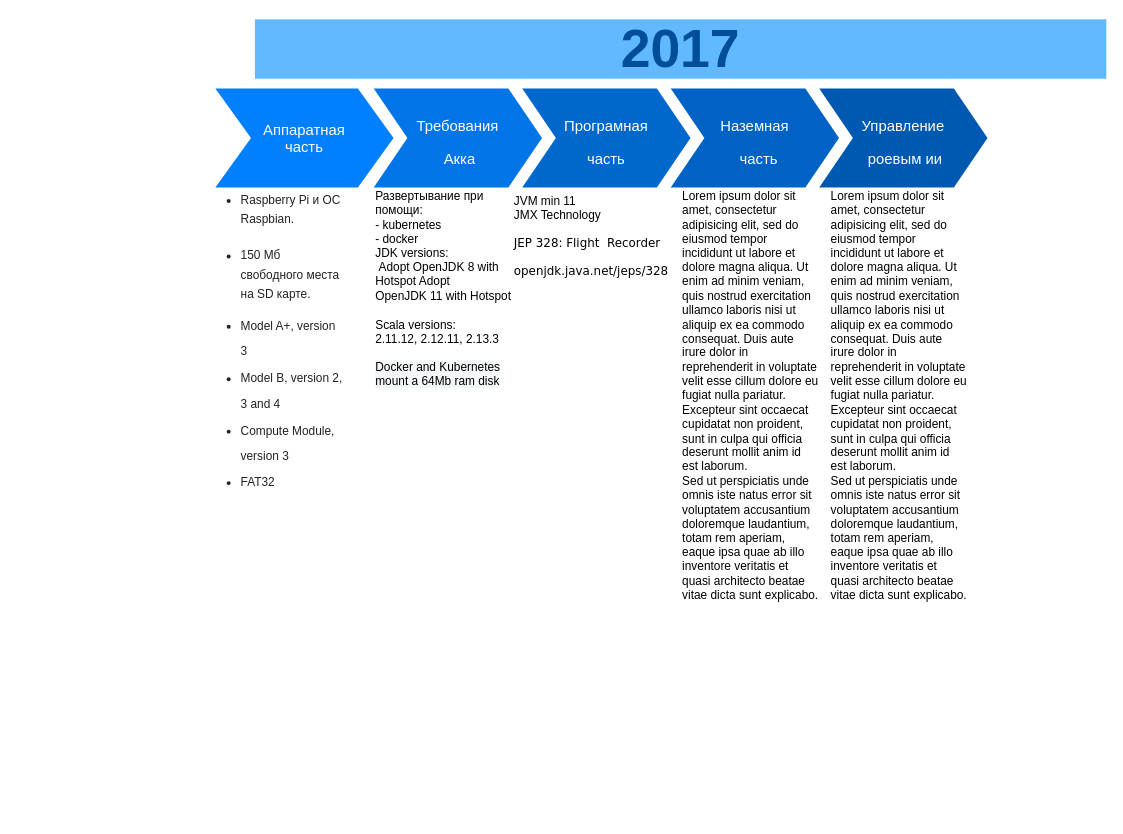
The draw.io diagram Untitled Diagram.drawio in friendlycoconut/ML_NURE_19, before the edit. Source tidied: cells renumbered, new cells numbered last; positions are measured from the earlier drawing's top-left corner, leaving out a move shared by most shapes. Both pictures are drawn from the tidied source at 99%, with x=0, y=0 at pixel (205, 19).
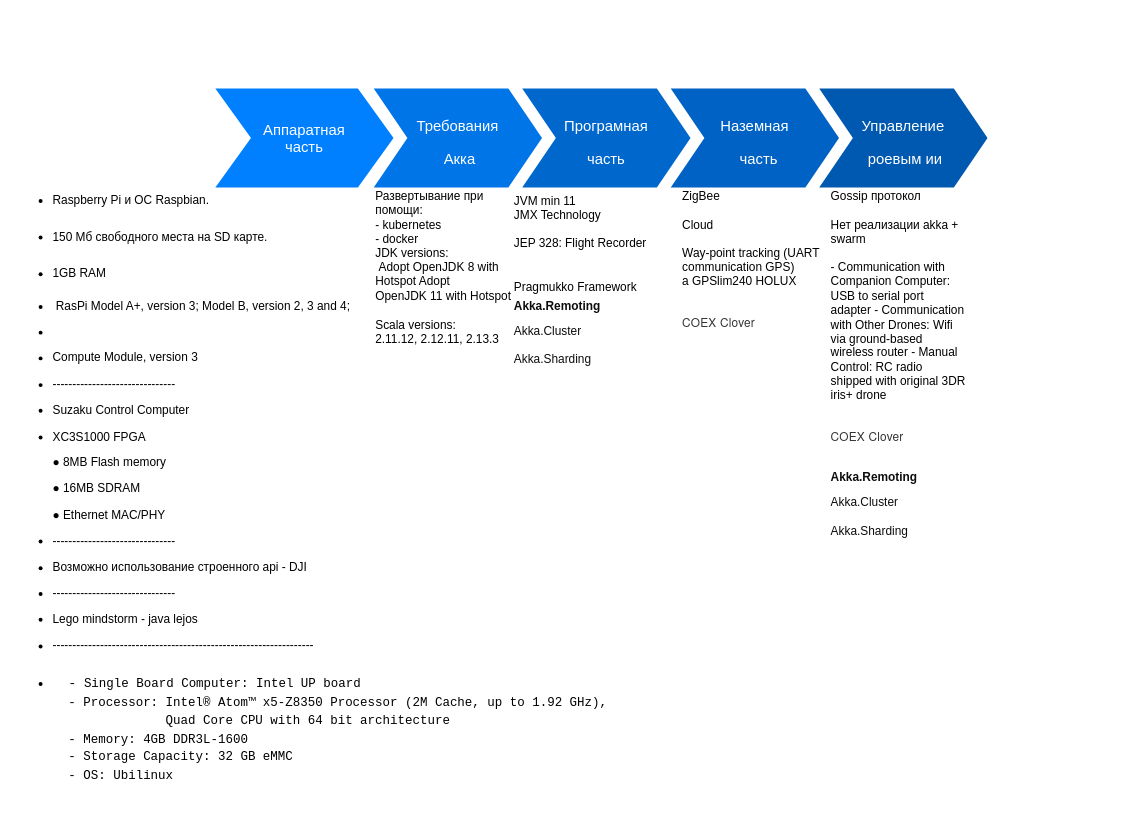
After the change.

The edit, as a diff of the source:
```diff
@@
 <mxGraphModel background="#ffffff">
   <root>
     <mxCell id="0" />
     <mxCell id="1" parent="0" />
     <mxCell id="2" value="Аппаратная&lt;br style=&quot;font-size: 15px;&quot;&gt;часть" style="shape=step;whiteSpace=wrap;html=1;fontSize=15;fillColor=#0080FF;fontColor=#FFFFFF;strokeColor=none;" parent="1" vertex="1">
       <mxGeometry x="10" y="70" width="180" height="100" as="geometry" />
     </mxCell>
     <mxCell id="3" value="&lt;font style=&quot;font-size: 15px&quot;&gt;Требования&lt;br&gt;&amp;nbsp;Акка&lt;/font&gt;" style="shape=step;whiteSpace=wrap;html=1;fontSize=28;fillColor=#0075E8;fontColor=#FFFFFF;strokeColor=none;" parent="1" vertex="1">
       <mxGeometry x="170" y="70" width="170" height="100" as="geometry" />
     </mxCell>
     <mxCell id="4" value="&lt;font style=&quot;font-size: 15px&quot;&gt;Програмная &lt;br&gt;часть&lt;/font&gt;" style="shape=step;whiteSpace=wrap;html=1;fontSize=28;fillColor=#0067CC;fontColor=#FFFFFF;strokeColor=none;" parent="1" vertex="1">
       <mxGeometry x="320" y="70" width="170" height="100" as="geometry" />
     </mxCell>
     <mxCell id="5" value="&lt;span style=&quot;font-size: 15px&quot;&gt;Наземная&lt;br&gt;&amp;nbsp; часть&lt;/span&gt;" style="shape=step;whiteSpace=wrap;html=1;fontSize=28;fillColor=#0062C4;fontColor=#FFFFFF;strokeColor=none;" parent="1" vertex="1">
       <mxGeometry x="470" y="70" width="170" height="100" as="geometry" />
     </mxCell>
     <mxCell id="6" value="&lt;font style=&quot;font-size: 15px&quot;&gt;Управление&lt;br&gt;&amp;nbsp;роевым ии&lt;/font&gt;" style="shape=step;whiteSpace=wrap;html=1;fontSize=28;fillColor=#0059B0;fontColor=#FFFFFF;strokeColor=none;" parent="1" vertex="1">
       <mxGeometry x="620" y="70" width="170" height="100" as="geometry" />
     </mxCell>
-    <mxCell id="7" value="2017" style="text;html=1;strokeColor=none;fillColor=#61BAFF;align=center;verticalAlign=middle;whiteSpace=wrap;fontSize=54;fontStyle=1;fontColor=#004D99;" parent="1" vertex="1">
-      <mxGeometry x="50" width="860" height="60" as="geometry" />
-    </mxCell>
-    <mxCell id="8" value="&lt;p&gt;&lt;/p&gt;&lt;ul style=&quot;margin: 0px 0px 0px 34px ; padding: 0px ; color: rgb(34 , 34 , 34) ; background-color: rgb(255 , 255 , 255)&quot;&gt;&lt;li style=&quot;padding: 0px 0px 9px ; line-height: 1.6&quot;&gt;&lt;font style=&quot;font-size: 12px&quot;&gt;Raspberry Pi и ОС Raspbian.&lt;/font&gt;&lt;/li&gt;&lt;/ul&gt;&lt;ul style=&quot;margin: 0px 0px 0px 34px ; padding: 0px ; color: rgb(34 , 34 , 34) ; background-color: rgb(255 , 255 , 255)&quot;&gt;&lt;li style=&quot;padding: 9px 0px ; line-height: 1.6&quot;&gt;&lt;font style=&quot;font-size: 12px&quot;&gt;150 Мб свободного места на SD карте.&lt;/font&gt;&lt;/li&gt;&lt;/ul&gt;&lt;ul style=&quot;margin: 0px 0px 0px 34px ; padding: 0px ; color: rgb(34 , 34 , 34) ; background-color: rgb(255 , 255 , 255)&quot;&gt;&lt;li style=&quot;line-height: 26.4px&quot;&gt;&lt;font style=&quot;font-size: 12px&quot;&gt;Model A+, version 3&lt;/font&gt;&lt;/li&gt;&lt;/ul&gt;&lt;ul style=&quot;margin: 0px 0px 0px 34px ; padding: 0px ; color: rgb(34 , 34 , 34) ; background-color: rgb(255 , 255 , 255)&quot;&gt;&lt;li style=&quot;line-height: 26.4px&quot;&gt;&lt;font style=&quot;font-size: 12px&quot;&gt;Model B, version 2, 3 and 4&lt;/font&gt;&lt;/li&gt;&lt;/ul&gt;&lt;ul style=&quot;margin: 0px 0px 0px 34px ; padding: 0px ; color: rgb(34 , 34 , 34) ; background-color: rgb(255 , 255 , 255)&quot;&gt;&lt;li style=&quot;line-height: 26.4px&quot;&gt;&lt;font style=&quot;font-size: 12px&quot;&gt;Compute Module, version 3&lt;/font&gt;&lt;/li&gt;&lt;li style=&quot;line-height: 26.4px&quot;&gt;&lt;font style=&quot;font-size: 12px&quot;&gt;FAT32&amp;nbsp;&lt;br&gt;&lt;/font&gt;&lt;/li&gt;&lt;/ul&gt;&lt;p&gt;&lt;/p&gt;" style="text;spacingTop=-5;fillColor=#ffffff;whiteSpace=wrap;html=1;align=left;fontSize=12;fontFamily=Helvetica;fillColor=none;strokeColor=none;" parent="1" vertex="1">
-      <mxGeometry y="160" width="140" height="470" as="geometry" />
+    <mxCell id="8" value="&lt;p&gt;&lt;/p&gt;&lt;ul style=&quot;margin: 0px 0px 0px 34px ; padding: 0px ; background-color: rgb(255 , 255 , 255)&quot;&gt;&lt;li style=&quot;padding: 0px 0px 9px ; line-height: 1.6&quot;&gt;&lt;font style=&quot;font-size: 12px&quot;&gt;Raspberry Pi и ОС Raspbian.&lt;/font&gt;&lt;/li&gt;&lt;/ul&gt;&lt;ul style=&quot;margin: 0px 0px 0px 34px ; padding: 0px ; background-color: rgb(255 , 255 , 255)&quot;&gt;&lt;li style=&quot;padding: 9px 0px ; line-height: 1.6&quot;&gt;&lt;font style=&quot;font-size: 12px&quot;&gt;150 Мб свободного места на SD карте.&lt;/font&gt;&lt;/li&gt;&lt;li style=&quot;padding: 9px 0px ; line-height: 1.6&quot;&gt;1GB RAM&lt;/li&gt;&lt;/ul&gt;&lt;ul style=&quot;margin: 0px 0px 0px 34px ; padding: 0px ; background-color: rgb(255 , 255 , 255)&quot;&gt;&lt;li style=&quot;line-height: 26.4px&quot;&gt;&lt;font style=&quot;font-size: 12px&quot;&gt;&amp;nbsp;RasPi Model A+, version 3;&amp;nbsp;&lt;/font&gt;Model B, version 2, 3 and 4;&amp;nbsp;&lt;/li&gt;&lt;li style=&quot;line-height: 26.4px&quot;&gt;&lt;br&gt;&lt;/li&gt;&lt;li style=&quot;line-height: 26.4px&quot;&gt;Compute Module, version 3&lt;/li&gt;&lt;li style=&quot;line-height: 26.4px&quot;&gt;-------------------------------&lt;/li&gt;&lt;li style=&quot;line-height: 26.4px&quot;&gt;Suzaku Control Computer&lt;br&gt;&lt;/li&gt;&lt;li style=&quot;line-height: 26.4px&quot;&gt;XC3S1000 FPGA&lt;br&gt;● 8MB Flash memory&lt;br&gt;● 16MB SDRAM&lt;br&gt;● Ethernet MAC/PHY&lt;br&gt;&lt;/li&gt;&lt;li style=&quot;line-height: 26.4px&quot;&gt;-------------------------------&lt;/li&gt;&lt;li style=&quot;line-height: 26.4px&quot;&gt;Возможно использование строенного api - DJI&lt;/li&gt;&lt;li style=&quot;line-height: 26.4px&quot;&gt;-------------------------------&lt;/li&gt;&lt;li style=&quot;line-height: 26.4px&quot;&gt;Lego mindstorm -&amp;nbsp;java lejos&lt;/li&gt;&lt;li style=&quot;line-height: 26.4px&quot;&gt;------------------------------------------------------------------&lt;/li&gt;&lt;li style=&quot;line-height: 26.4px&quot;&gt;&lt;pre style=&quot;box-sizing: border-box ; margin-top: 0px ; margin-bottom: 16px ; overflow-wrap: normal ; padding: 16px ; overflow: auto ; line-height: 1.45 ; border-radius: 6px&quot;&gt;&lt;code style=&quot;box-sizing: border-box ; padding: 0px ; margin: 0px ; background: transparent ; border-radius: 6px ; word-break: normal ; border: 0px ; display: inline ; overflow: visible ; line-height: inherit ; overflow-wrap: normal&quot;&gt;&lt;span style=&quot;font-size: 13.6px&quot;&gt;-&lt;/span&gt;&lt;font style=&quot;font-size: 12.6px&quot;&gt; Single Board Computer: Intel UP board&lt;br&gt;- Processor: Intel® Atom™ x5-Z8350 Processor (2M Cache, up to 1.92 GHz),&lt;br&gt;             Quad Core CPU with 64 bit architecture&lt;br&gt;- Memory: 4GB DDR3L-1600&lt;br&gt;- Storage Capacity: 32 GB eMMC&lt;br&gt;- OS: Ubilinux&lt;/font&gt;&lt;/code&gt;&lt;/pre&gt;&lt;/li&gt;&lt;/ul&gt;&lt;p&gt;&lt;/p&gt;" style="text;spacingTop=-5;fillColor=#ffffff;whiteSpace=wrap;html=1;align=left;fontSize=12;fontFamily=Helvetica;fillColor=none;strokeColor=none;" parent="1" vertex="1">
+      <mxGeometry x="-190" y="160" width="390" height="490" as="geometry" />
     </mxCell>
-    <mxCell id="9" value="&lt;p style=&quot;margin: 5px 0px 2px ; padding: 0px ; line-height: 1.2em ; min-height: 23px&quot;&gt;JVM min 11&lt;br&gt;JMX Technology&lt;/p&gt;&lt;h1 style=&quot;padding: 0pt ; margin: 0ex 0.5ex 1ex 0pt&quot;&gt;&lt;font&gt;&lt;font face=&quot;DejaVu Sans, Bitstream Vera Sans, Luxi Sans, Verdana, Arial, Helvetica&quot;&gt;&lt;span style=&quot;font-size: 12px ; font-weight: normal&quot;&gt;JEP 328: Flight&amp;nbsp; Recorder&lt;/span&gt;&lt;/font&gt;&lt;br&gt;&lt;font face=&quot;DejaVu Sans, Bitstream Vera Sans, Luxi Sans, Verdana, Arial, Helvetica&quot;&gt;&lt;span style=&quot;font-size: 12px ; font-weight: 400&quot;&gt;openjdk.java.net/jeps/328&lt;/span&gt;&lt;/font&gt;&lt;br&gt;&lt;/font&gt;&lt;/h1&gt;&lt;div&gt;&lt;font style=&quot;font-weight: normal ; font-size: 12px&quot;&gt;&lt;br&gt;&lt;/font&gt;&lt;/div&gt;" style="text;spacingTop=-5;fillColor=#ffffff;whiteSpace=wrap;html=1;align=left;fontSize=12;fontFamily=Helvetica;fillColor=none;strokeColor=none;" parent="1" vertex="1">
+    <mxCell id="9" value="&lt;p style=&quot;margin: 5px 0px 2px ; padding: 0px ; line-height: 1.2em ; min-height: 23px&quot;&gt;&lt;font style=&quot;font-size: 12px&quot;&gt;JVM min 11&lt;br&gt;JMX Technology&lt;/font&gt;&lt;/p&gt;&lt;h1 style=&quot;padding: 0pt ; margin: 0ex 0.5ex 1ex 0pt&quot;&gt;&lt;font style=&quot;font-weight: normal ; font-size: 12px&quot;&gt;JEP 328: Flight Recorder&lt;br&gt;&lt;/font&gt;&lt;/h1&gt;&lt;div&gt;&lt;font style=&quot;font-weight: normal ; font-size: 12px&quot;&gt;&lt;br&gt;&lt;/font&gt;&lt;/div&gt;&lt;div&gt;&lt;font style=&quot;font-size: 12px&quot;&gt;Pragmukko Framework&lt;/font&gt;&lt;/div&gt;&lt;div&gt;&lt;h4 style=&quot;margin: 0px ; padding: 0px 0px 6px ; border: 0px ; outline: 0px ; vertical-align: top ; line-height: 24px ; position: relative ; color: rgb(13 , 13 , 13) ; background-color: rgb(255 , 255 , 255)&quot;&gt;&lt;font style=&quot;font-size: 12px&quot;&gt;Akka.Remoting&lt;/font&gt;&lt;/h4&gt;&lt;/div&gt;&lt;div&gt;&lt;span style=&quot;color: rgb(13 , 13 , 13) ; background-color: rgb(255 , 255 , 255)&quot;&gt;&lt;font style=&quot;font-size: 12px&quot;&gt;Akka.Cluster&lt;/font&gt;&lt;/span&gt;&lt;br&gt;&lt;/div&gt;&lt;div&gt;&lt;span style=&quot;color: rgb(13 , 13 , 13) ; background-color: rgb(255 , 255 , 255)&quot;&gt;&lt;font style=&quot;font-size: 12px&quot;&gt;&lt;br&gt;&lt;/font&gt;&lt;/span&gt;&lt;/div&gt;&lt;div&gt;&lt;span style=&quot;color: rgb(13 , 13 , 13) ; background-color: rgb(255 , 255 , 255)&quot;&gt;&lt;font style=&quot;font-size: 12px&quot;&gt;Akka.Sharding&lt;/font&gt;&lt;/span&gt;&lt;/div&gt;" style="text;spacingTop=-5;fillColor=#ffffff;whiteSpace=wrap;html=1;align=left;fontSize=12;fontFamily=Helvetica;fillColor=none;strokeColor=none;" parent="1" vertex="1">
       <mxGeometry x="310" y="170" width="160" height="470" as="geometry" />
     </mxCell>
-    <mxCell id="10" value="Lorem ipsum dolor sit amet, consectetur adipisicing elit, sed do eiusmod tempor incididunt ut labore et dolore magna aliqua. Ut enim ad minim veniam, quis nostrud exercitation ullamco laboris nisi ut aliquip ex ea commodo consequat. Duis aute irure dolor in reprehenderit in voluptate velit esse cillum dolore eu fugiat nulla pariatur. Excepteur sint occaecat cupidatat non proident, sunt in culpa qui officia deserunt mollit anim id est laborum.&lt;br&gt;Sed ut perspiciatis unde omnis iste natus error sit voluptatem accusantium doloremque laudantium, totam rem aperiam, eaque ipsa quae ab illo inventore veritatis et quasi architecto beatae vitae dicta sunt explicabo." style="text;spacingTop=-5;fillColor=#ffffff;whiteSpace=wrap;html=1;align=left;fontSize=12;fontFamily=Helvetica;fillColor=none;strokeColor=none;" parent="1" vertex="1">
-      <mxGeometry x="480" y="170" width="140" height="470" as="geometry" />
+    <mxCell id="10" value="ZigBee&lt;br&gt;&lt;br&gt;Cloud&lt;br&gt;&lt;br&gt;Way-point tracking (UART communication GPS)&lt;br&gt;a GPSlim240 HOLUX&lt;br&gt;&lt;br&gt;&lt;h1 id=&quot;coex-clover&quot; style=&quot;box-sizing: border-box ; margin: 0px 0px 0.85em ; position: relative ; color: rgb(51 , 51 , 51) ; font-family: &amp;#34;helvetica neue&amp;#34; , &amp;#34;helvetica&amp;#34; , &amp;#34;arial&amp;#34; , sans-serif ; letter-spacing: 0.2px ; background-color: rgb(255 , 255 , 255)&quot;&gt;&lt;font style=&quot;font-weight: normal ; font-size: 12px&quot;&gt;COEX Clover&lt;/font&gt;&lt;/h1&gt;" style="text;spacingTop=-5;fillColor=#ffffff;whiteSpace=wrap;html=1;align=left;fontSize=12;fontFamily=Helvetica;fillColor=none;strokeColor=none;" parent="1" vertex="1">
+      <mxGeometry x="480" y="170" width="150" height="470" as="geometry" />
     </mxCell>
-    <mxCell id="11" value="Lorem ipsum dolor sit amet, consectetur adipisicing elit, sed do eiusmod tempor incididunt ut labore et dolore magna aliqua. Ut enim ad minim veniam, quis nostrud exercitation ullamco laboris nisi ut aliquip ex ea commodo consequat. Duis aute irure dolor in reprehenderit in voluptate velit esse cillum dolore eu fugiat nulla pariatur. Excepteur sint occaecat cupidatat non proident, sunt in culpa qui officia deserunt mollit anim id est laborum.&lt;br&gt;Sed ut perspiciatis unde omnis iste natus error sit voluptatem accusantium doloremque laudantium, totam rem aperiam, eaque ipsa quae ab illo inventore veritatis et quasi architecto beatae vitae dicta sunt explicabo." style="text;spacingTop=-5;fillColor=#ffffff;whiteSpace=wrap;html=1;align=left;fontSize=12;fontFamily=Helvetica;fillColor=none;strokeColor=none;" parent="1" vertex="1">
+    <mxCell id="11" value="&lt;font style=&quot;font-size: 12px&quot;&gt;Gossip протокол&lt;br&gt;&lt;br&gt;Нет реализации akka + swarm&lt;br&gt;&lt;br&gt;- Communication with Companion Computer: USB to serial port adapter - Communication with Other Drones: Wifi via ground-based wireless router - Manual Control: RC radio shipped with original 3DR iris+ drone&lt;br&gt;&lt;br&gt;&lt;/font&gt;&lt;h1 id=&quot;coex-clover&quot; style=&quot;box-sizing: border-box ; margin-right: 0px ; margin-bottom: 0.85em ; margin-left: 0px ; position: relative ; color: rgb(51 , 51 , 51) ; font-family: &amp;#34;helvetica neue&amp;#34; , &amp;#34;helvetica&amp;#34; , &amp;#34;arial&amp;#34; , sans-serif ; letter-spacing: 0.2px ; background-color: rgb(255 , 255 , 255) ; margin-top: 0px&quot;&gt;&lt;font style=&quot;font-weight: normal ; font-size: 12px&quot;&gt;COEX Clover&lt;/font&gt;&lt;/h1&gt;&lt;div&gt;&lt;font style=&quot;font-weight: normal ; font-size: 12px&quot;&gt;&lt;div&gt;&lt;h4 style=&quot;margin: 0px ; padding: 0px 0px 6px ; border: 0px ; outline: 0px ; vertical-align: top ; line-height: 24px ; position: relative ; color: rgb(13 , 13 , 13) ; background-color: rgb(255 , 255 , 255)&quot;&gt;Akka.Remoting&lt;/h4&gt;&lt;/div&gt;&lt;div&gt;&lt;span style=&quot;color: rgb(13 , 13 , 13) ; background-color: rgb(255 , 255 , 255)&quot;&gt;Akka.Cluster&lt;/span&gt;&lt;br&gt;&lt;/div&gt;&lt;div&gt;&lt;span style=&quot;color: rgb(13 , 13 , 13) ; background-color: rgb(255 , 255 , 255)&quot;&gt;&lt;br&gt;&lt;/span&gt;&lt;/div&gt;&lt;div&gt;&lt;span style=&quot;color: rgb(13 , 13 , 13) ; background-color: rgb(255 , 255 , 255)&quot;&gt;Akka.Sharding&lt;/span&gt;&lt;/div&gt;&lt;/font&gt;&lt;/div&gt;" style="text;spacingTop=-5;fillColor=#ffffff;whiteSpace=wrap;html=1;align=left;fontSize=12;fontFamily=Helvetica;fillColor=none;strokeColor=none;" parent="1" vertex="1">
       <mxGeometry x="630" y="170" width="140" height="470" as="geometry" />
     </mxCell>
-    <mxCell id="12" value="&lt;font style=&quot;font-size: 12px&quot;&gt;Развертывание при помощи:&amp;nbsp;&lt;br&gt;- kubernetes&lt;br&gt;- docker&lt;br&gt;JDK versions:&lt;br&gt;&amp;nbsp;Adopt OpenJDK 8 with Hotspot Adopt &lt;br&gt;OpenJDK 11 with Hotspot&lt;br&gt;&lt;br&gt;Scala versions:&amp;nbsp;&lt;br&gt;2.11.12, 2.12.11, 2.13.3&lt;br&gt;&lt;br&gt;&lt;span style=&quot;font-family: &amp;#34;proximanova&amp;#34; , &amp;#34;arial&amp;#34; , &amp;#34;helvetica&amp;#34; , sans-serif ; background-color: rgb(243 , 247 , 248)&quot;&gt;Docker and Kubernetes mount a 64Mb ram disk&lt;/span&gt;&lt;/font&gt;" style="text;spacingTop=-5;fillColor=#ffffff;whiteSpace=wrap;html=1;align=left;fontSize=12;fontFamily=Helvetica;fillColor=none;strokeColor=none;" parent="1" vertex="1">
+    <mxCell id="12" value="&lt;font style=&quot;font-size: 12px&quot;&gt;Развертывание при помощи:&amp;nbsp;&lt;br&gt;- kubernetes&lt;br&gt;- docker&lt;br&gt;JDK versions:&lt;br&gt;&amp;nbsp;Adopt OpenJDK 8 with Hotspot Adopt &lt;br&gt;OpenJDK 11 with Hotspot&lt;br&gt;&lt;br&gt;Scala versions:&amp;nbsp;&lt;br&gt;2.11.12, 2.12.11, 2.13.3&lt;br&gt;&lt;br&gt;&lt;br&gt;&lt;/font&gt;" style="text;spacingTop=-5;fillColor=#ffffff;whiteSpace=wrap;html=1;align=left;fontSize=12;fontFamily=Helvetica;fillColor=none;strokeColor=none;" parent="1" vertex="1">
       <mxGeometry x="170" y="170" width="160" height="470" as="geometry" />
     </mxCell>
   </root>
 </mxGraphModel>
```
